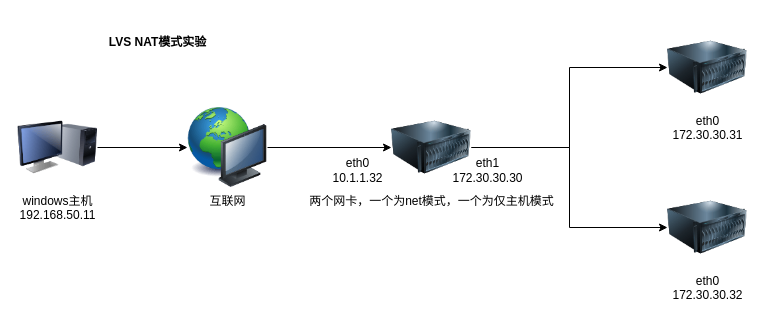
Earlier version of the draw.io diagram 流程图/lvs实验.drawio (xiecheesejohn/drawio). Source tidied: cells renumbered, new cells numbered last; positions are measured from the earlier drawing's top-left corner, leaving out a move shared by most shapes. Both pictures are drawn from the tidied source at 100%, with x=0, y=0 at pixel (17, 27).
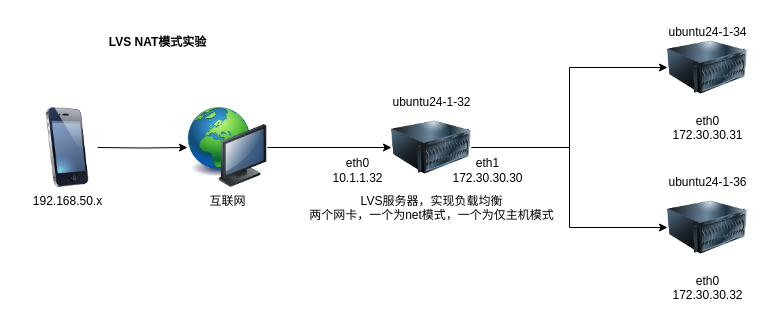
Above is the later version.

Change to the diagram source:
```diff
@@
 <mxGraphModel>
   <root>
     <mxCell id="0" />
     <mxCell id="1" parent="0" />
     <mxCell id="2" style="edgeStyle=orthogonalEdgeStyle;rounded=0;jettySize=auto;html=1;exitX=1;exitY=0.5;exitDx=0;exitDy=0;entryX=0;entryY=0.5;entryDx=0;entryDy=0;" parent="1" edge="1" source="3" target="9">
       <mxGeometry relative="1" as="geometry" />
     </mxCell>
     <mxCell id="3" value="互联网" style="image;html=1;image=img/lib/clip_art/computers/Network_128x128.png;" parent="1" vertex="1">
       <mxGeometry x="170" y="80" width="80" height="80" as="geometry" />
     </mxCell>
     <mxCell id="4" value="&lt;b&gt;LVS NAT模式实验&lt;/b&gt;" style="text;html=1;align=center;verticalAlign=middle;strokeColor=none;fillColor=none;" parent="1" vertex="1">
       <mxGeometry x="80" width="120" height="30" as="geometry" />
     </mxCell>
-    <mxCell id="5" style="edgeStyle=orthogonalEdgeStyle;rounded=0;jettySize=auto;html=1;exitX=1;exitY=0.5;exitDx=0;exitDy=0;entryX=0;entryY=0.5;entryDx=0;entryDy=0;" parent="1" edge="1" source="6" target="3">
-      <mxGeometry relative="1" as="geometry" />
+    <mxCell id="5" style="edgeStyle=orthogonalEdgeStyle;rounded=0;jettySize=auto;html=1;exitX=1;exitY=0.5;exitDx=0;exitDy=0;entryX=0;entryY=0.5;entryDx=0;entryDy=0;" parent="1" edge="1" target="3">
+      <mxGeometry relative="1" as="geometry">
+        <mxPoint x="80" y="120" as="sourcePoint" />
+      </mxGeometry>
     </mxCell>
-    <mxCell id="6" value="windows主机&lt;br&gt;192.168.50.11" style="image;html=1;image=img/lib/clip_art/computers/Monitor_Tower_128x128.png;" parent="1" vertex="1">
-      <mxGeometry y="80" width="80" height="80" as="geometry" />
-    </mxCell>
     <mxCell id="7" style="edgeStyle=orthogonalEdgeStyle;rounded=0;jettySize=auto;html=1;exitX=1;exitY=0.5;exitDx=0;exitDy=0;" parent="1" edge="1" source="9" target="10">
       <mxGeometry relative="1" as="geometry" />
     </mxCell>
     <mxCell id="8" style="edgeStyle=orthogonalEdgeStyle;rounded=0;jettySize=auto;html=1;exitX=1;exitY=0.5;exitDx=0;exitDy=0;entryX=0;entryY=0.5;entryDx=0;entryDy=0;" parent="1" edge="1" source="9" target="11">
       <mxGeometry relative="1" as="geometry" />
     </mxCell>
-    <mxCell id="9" value="两个网卡，一个为net模式，一个为仅主机模式" style="image;html=1;image=img/lib/clip_art/computers/Server_128x128.png;" parent="1" vertex="1">
+    <mxCell id="9" value="&lt;div&gt;LVS服务器，实现负载均衡&lt;/div&gt;两个网卡，一个为net模式，一个为仅主机模式" style="image;html=1;image=img/lib/clip_art/computers/Server_128x128.png;" parent="1" vertex="1">
       <mxGeometry x="374" y="80" width="80" height="80" as="geometry" />
     </mxCell>
     <mxCell id="10" value="eth0&lt;br&gt;172.30.30.31" style="image;html=1;image=img/lib/clip_art/computers/Server_128x128.png;" parent="1" vertex="1">
       <mxGeometry x="650" width="80" height="80" as="geometry" />
     </mxCell>
     <mxCell id="11" value="eth0&lt;br&gt;172.30.30.32" style="image;html=1;image=img/lib/clip_art/computers/Server_128x128.png;" parent="1" vertex="1">
       <mxGeometry x="650" y="160" width="80" height="80" as="geometry" />
     </mxCell>
     <mxCell id="12" value="eth0&lt;br&gt;10.1.1.32" style="text;html=1;align=center;verticalAlign=middle;strokeColor=none;fillColor=none;" parent="1" vertex="1">
       <mxGeometry x="305" y="123" width="70" height="40" as="geometry" />
     </mxCell>
     <mxCell id="13" value="eth1&lt;br&gt;172.30.30.30" style="text;html=1;align=center;verticalAlign=middle;strokeColor=none;fillColor=none;" parent="1" vertex="1">
       <mxGeometry x="425" y="123" width="90" height="40" as="geometry" />
     </mxCell>
+    <mxCell id="14" value="192.168.50.x" style="image;html=1;image=img/lib/clip_art/telecommunication/iPhone_128x128.png;" parent="1" vertex="1">
+      <mxGeometry x="10" y="80" width="80" height="80" as="geometry" />
+    </mxCell>
+    <mxCell id="15" value="ubuntu24-1-32" style="text;html=1;align=center;verticalAlign=middle;strokeColor=none;fillColor=none;" parent="1" vertex="1">
+      <mxGeometry x="364" y="60" width="100" height="30" as="geometry" />
+    </mxCell>
+    <mxCell id="16" value="ubuntu24-1-36" style="text;html=1;align=center;verticalAlign=middle;strokeColor=none;fillColor=none;" parent="1" vertex="1">
+      <mxGeometry x="640" y="140" width="100" height="30" as="geometry" />
+    </mxCell>
+    <mxCell id="17" value="ubuntu24-1-34" style="text;html=1;align=center;verticalAlign=middle;strokeColor=none;fillColor=none;" parent="1" vertex="1">
+      <mxGeometry x="640" y="-10" width="100" height="30" as="geometry" />
+    </mxCell>
   </root>
 </mxGraphModel>
```
